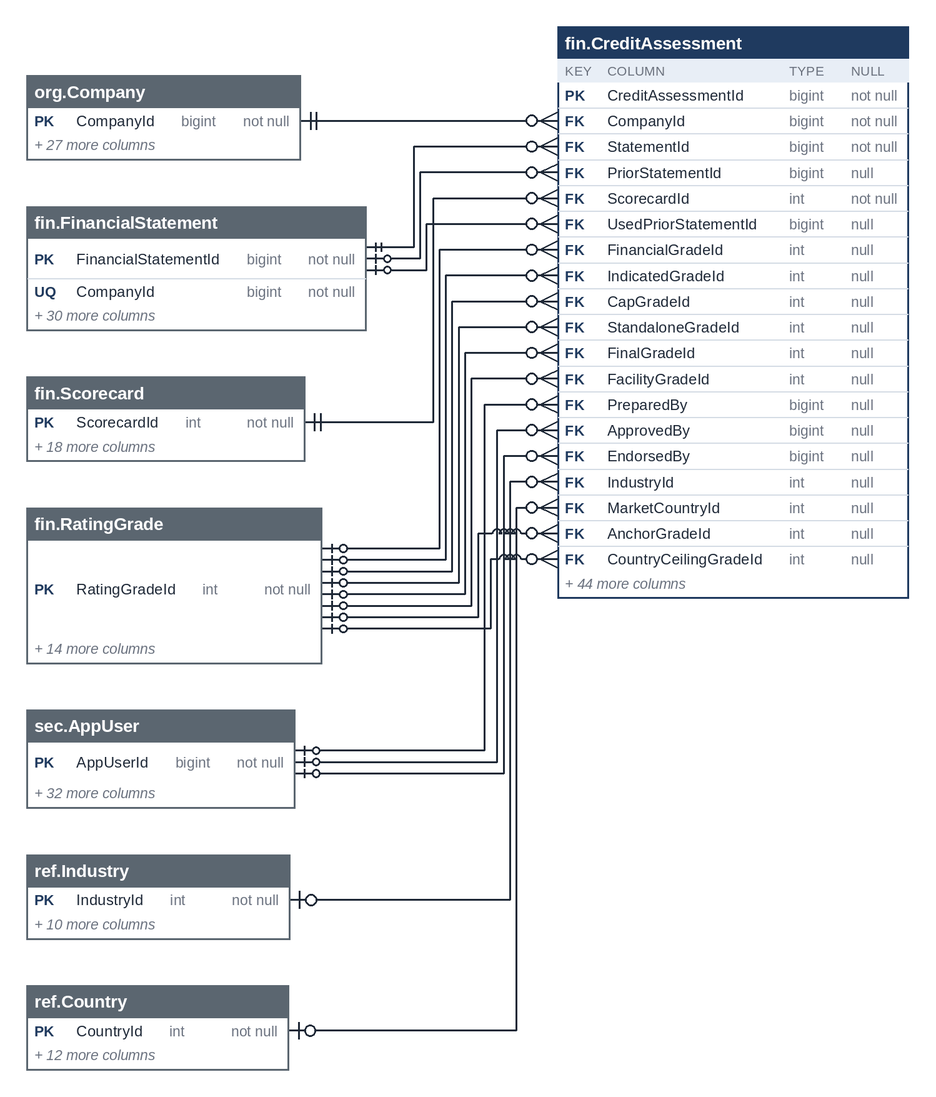
This is treasury-platform/docs/diagrams/erd-en/m5_financials_5.png from thawrasy/smartlines, a Mermaid export, as it was before one commit. Its source is kept beside it as treasury-platform/docs/diagrams/erd/m5_financials_5.mmd.
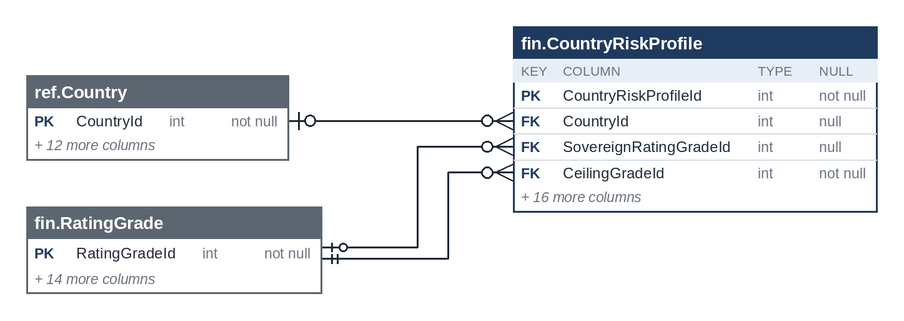
Later version of the same file.

Diff of the diagram source:
```diff
@@ -1,4 +1,8 @@
 erDiagram
+  fin_CreditAssessmentReclass["fin.CreditAssessmentReclass"] {
+    bigint CreditAssessmentReclassId PK
+    bigint AssessmentId FK
+  }
   fin_CreditAssessmentRemedy["fin.CreditAssessmentRemedy"] {
     bigint CreditAssessmentRemedyId PK
     bigint AssessmentId FK
@@ -16,7 +20,3 @@
     bigint AssessmentId FK
     int MetricId FK
   }
-  fin_CreditMetric["fin.CreditMetric"] {
-    int CreditMetricId PK
-  }
-  fin_CreditMetric ||--o{ fin_CreditAssessmentTrigger : "MetricId"
```
